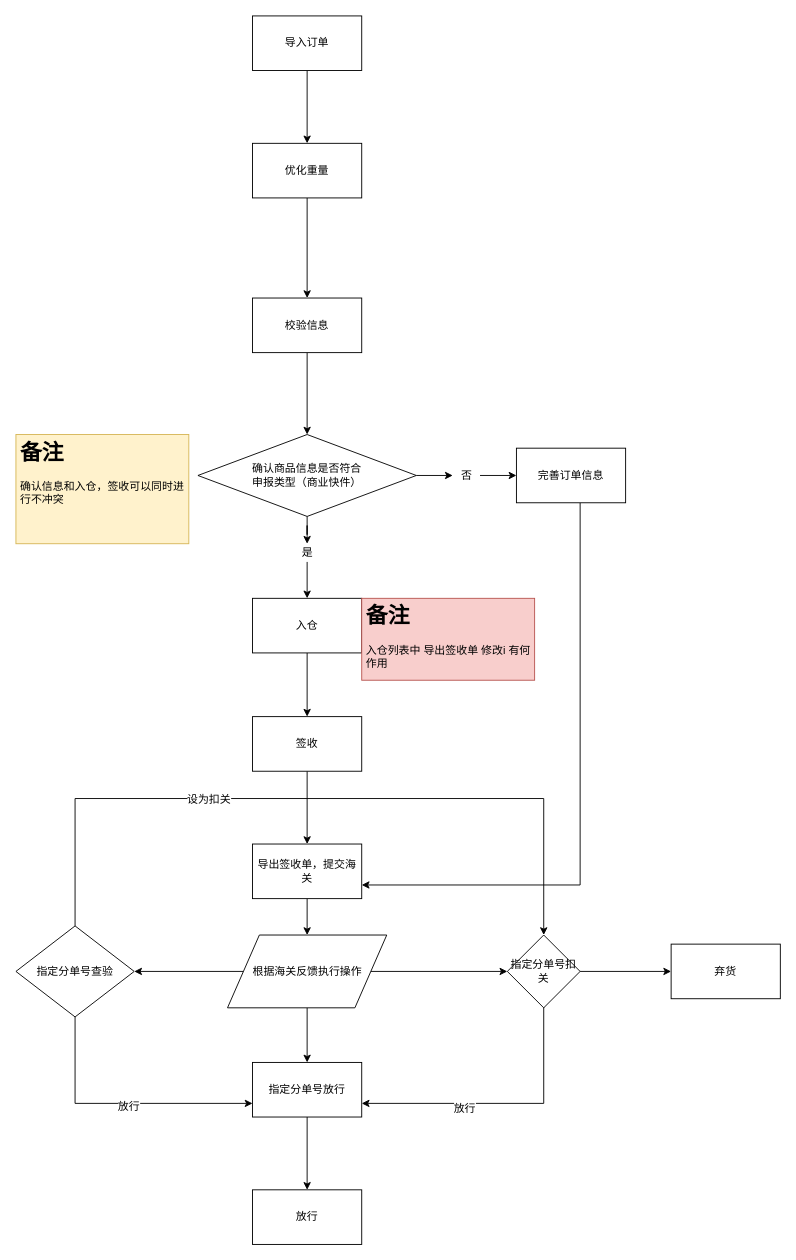
Earlier version of the draw.io diagram Edockey/clound customs.drawio (maclxf/ProjectDraw). Source tidied: cells renumbered, new cells numbered last; positions are measured from the earlier drawing's top-left corner, leaving out a move shared by most shapes. Both pictures are drawn from the tidied source at 91%, with x=0, y=0 at pixel (15, 15).
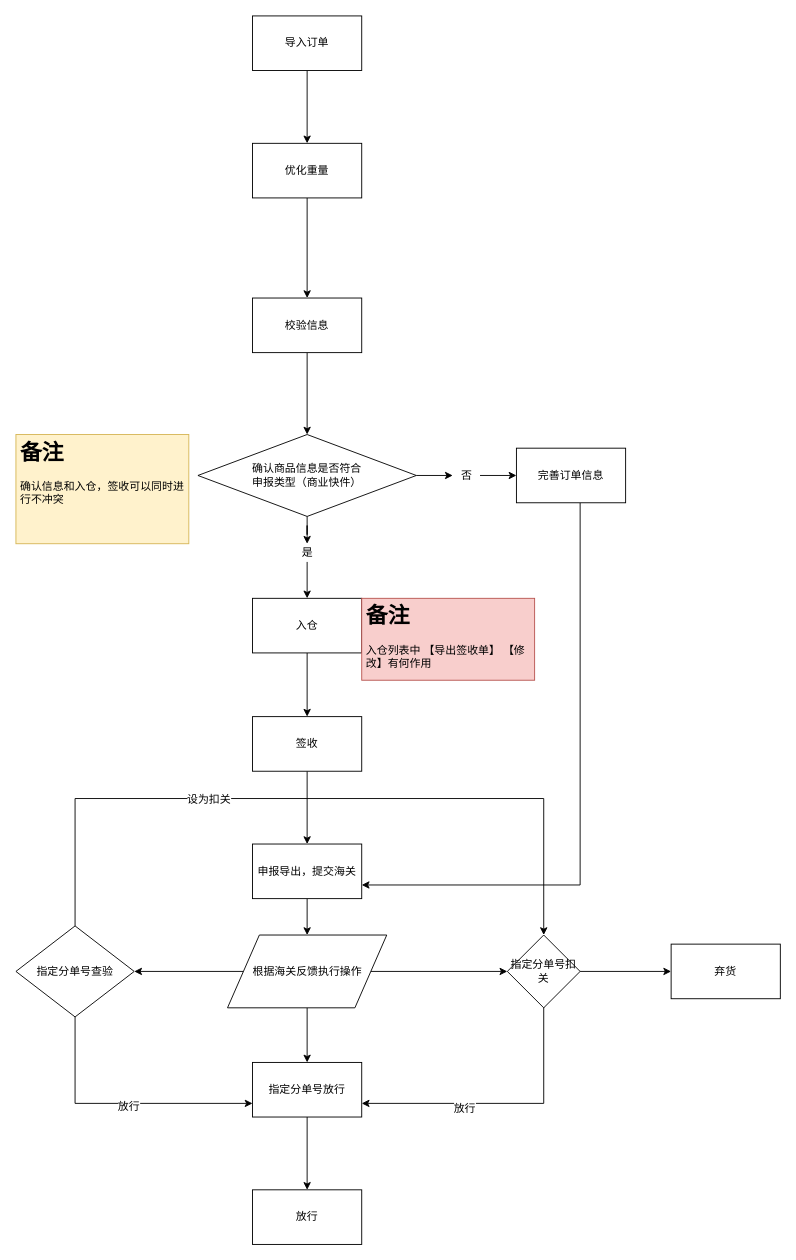
The same page after the edit.

Change to the diagram source:
```diff
@@
-    <mxCell id="18" value="导出签收单，提交海关" style="rounded=0;whiteSpace=wrap;html=1;" parent="1" vertex="1">
+    <mxCell id="18" value="申报导出，提交海关" style="rounded=0;whiteSpace=wrap;html=1;" parent="1" vertex="1">
       <mxGeometry x="260" y="910" width="120" height="60" as="geometry" />
     </mxCell>
@@
-    <mxCell id="24" value="&lt;h1&gt;备注&lt;/h1&gt;&lt;p&gt;入仓列表中 导出签收单 修改i 有何作用&lt;/p&gt;" style="text;html=1;strokeColor=#b85450;fillColor=#f8cecc;spacing=5;spacingTop=-20;whiteSpace=wrap;overflow=hidden;rounded=0;" parent="1" vertex="1">
+    <mxCell id="24" value="&lt;h1&gt;备注&lt;/h1&gt;&lt;p&gt;入仓列表中 【导出签收单】 【修改】有何作用&lt;/p&gt;" style="text;html=1;strokeColor=#b85450;fillColor=#f8cecc;spacing=5;spacingTop=-20;whiteSpace=wrap;overflow=hidden;rounded=0;" parent="1" vertex="1">
       <mxGeometry x="380" y="640" width="190" height="90" as="geometry" />
     </mxCell>
```
